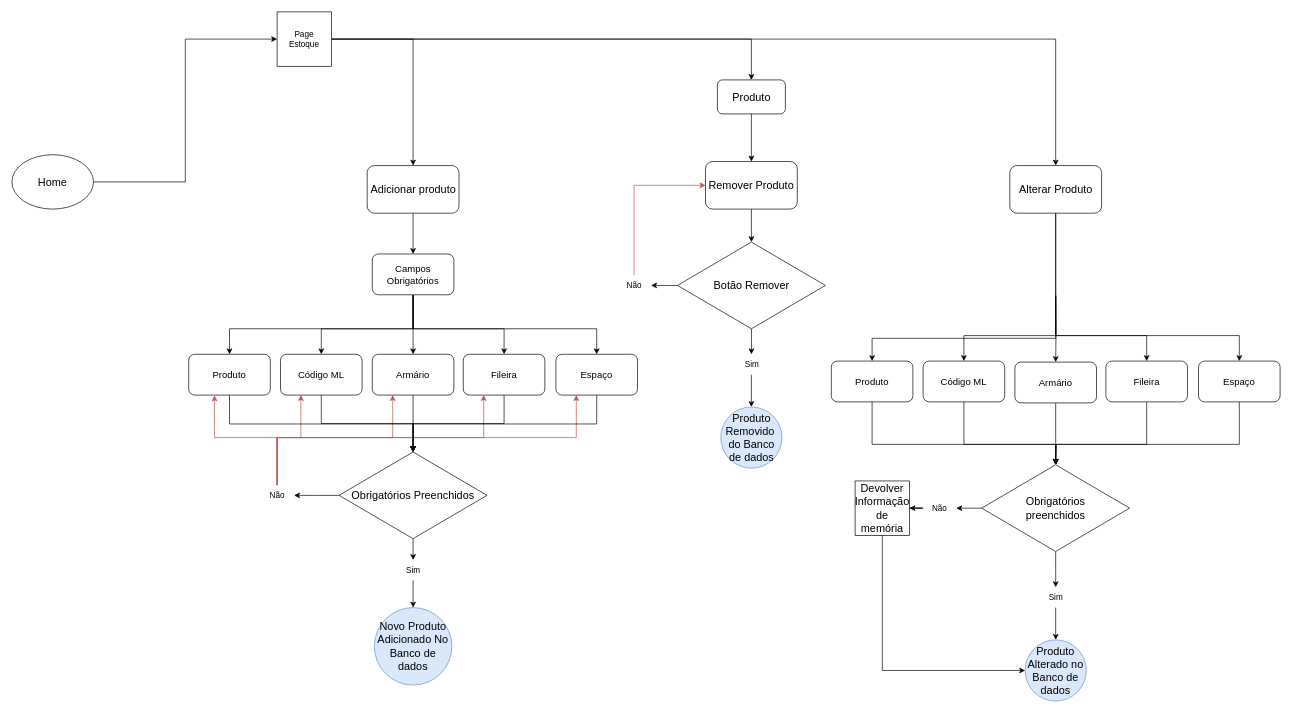
The draw.io diagram page "Home Estoque" (2 of 5) of Novoteste.drawio in gabrimota/Diagramas, before the edit. Source tidied: cells renumbered, new cells numbered last; positions are measured from the earlier drawing's top-left corner, leaving out a move shared by most shapes. Both pictures are drawn from the tidied source at 68%, with x=0, y=0 at pixel (12, 12).
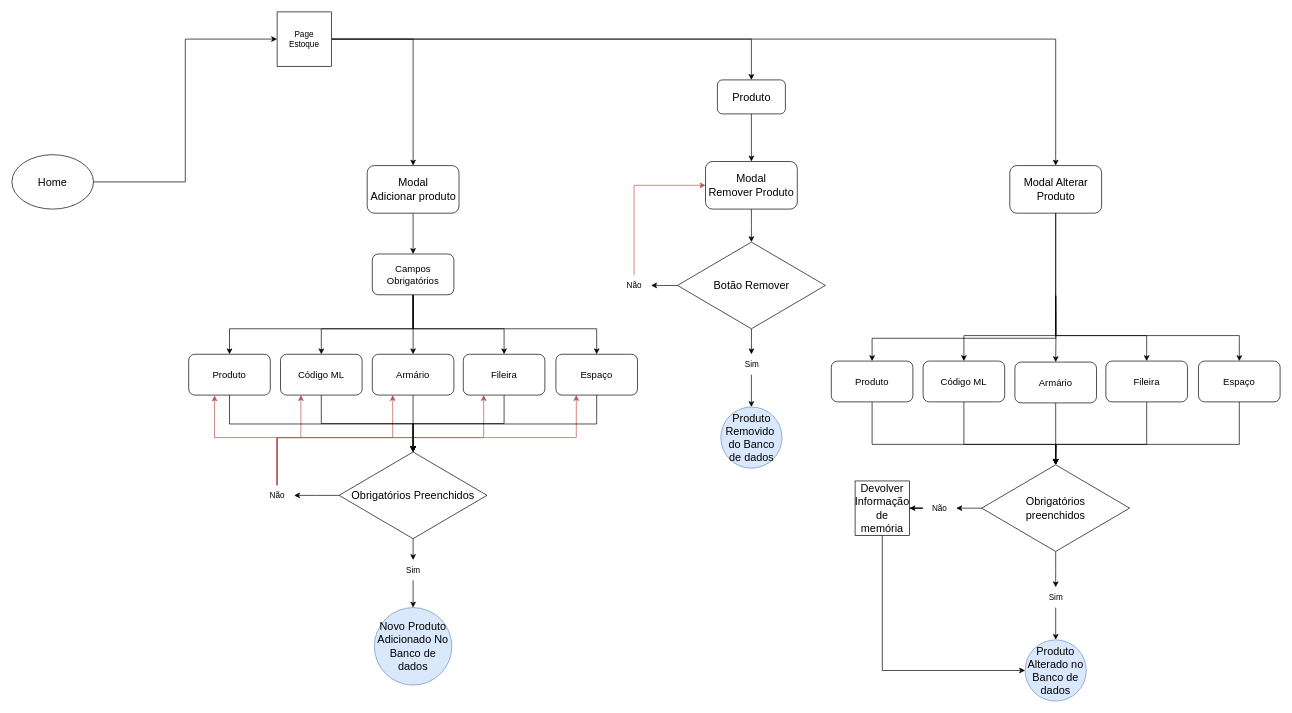
The same diagram, later.

What changed in the source:
```diff
@@
-    <mxCell id="15" value="&lt;font size=&quot;3&quot;&gt;Remover Produto&lt;/font&gt;" style="rounded=1;whiteSpace=wrap;html=1;" parent="1" vertex="1">
+    <mxCell id="15" value="&lt;font size=&quot;3&quot;&gt;Modal &lt;br&gt;Remover Produto&lt;/font&gt;" style="rounded=1;whiteSpace=wrap;html=1;" parent="1" vertex="1">
       <mxGeometry x="1020" y="220" width="135" height="70" as="geometry" />
     </mxCell>
@@
-    <mxCell id="28" value="&lt;font style=&quot;font-size: 16px;&quot;&gt;Adicionar produto&lt;/font&gt;" style="rounded=1;whiteSpace=wrap;html=1;" parent="1" vertex="1">
+    <mxCell id="28" value="&lt;font style=&quot;font-size: 16px;&quot;&gt;Modal &lt;br&gt;Adicionar produto&lt;/font&gt;" style="rounded=1;whiteSpace=wrap;html=1;" parent="1" vertex="1">
       <mxGeometry x="522.5" y="226" width="135" height="70" as="geometry" />
     </mxCell>
@@
-    <mxCell id="49" value="&lt;font size=&quot;3&quot;&gt;Alterar Produto&lt;/font&gt;" style="rounded=1;whiteSpace=wrap;html=1;" parent="1" vertex="1">
+    <mxCell id="49" value="&lt;font size=&quot;3&quot;&gt;Modal Alterar Produto&lt;/font&gt;" style="rounded=1;whiteSpace=wrap;html=1;" parent="1" vertex="1">
       <mxGeometry x="1467.5" y="226" width="135" height="70" as="geometry" />
     </mxCell>
```
